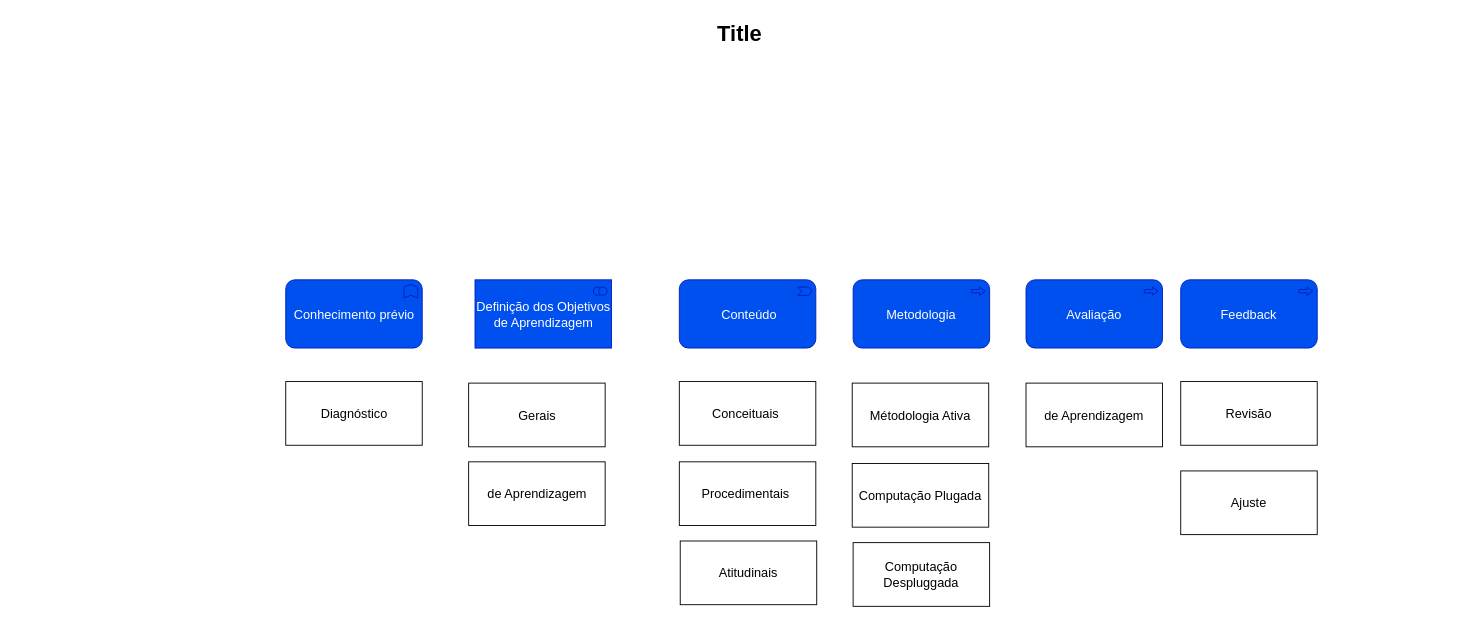
The draw.io diagram Plano 1.drawio in RosianeSangali/RosianeSangali, before the edit. Source tidied: cells renumbered, new cells numbered last; positions are measured from the earlier drawing's top-left corner, leaving out a move shared by most shapes. Both pictures are drawn from the tidied source at 91%, with x=0, y=0 at pixel (15, 15).
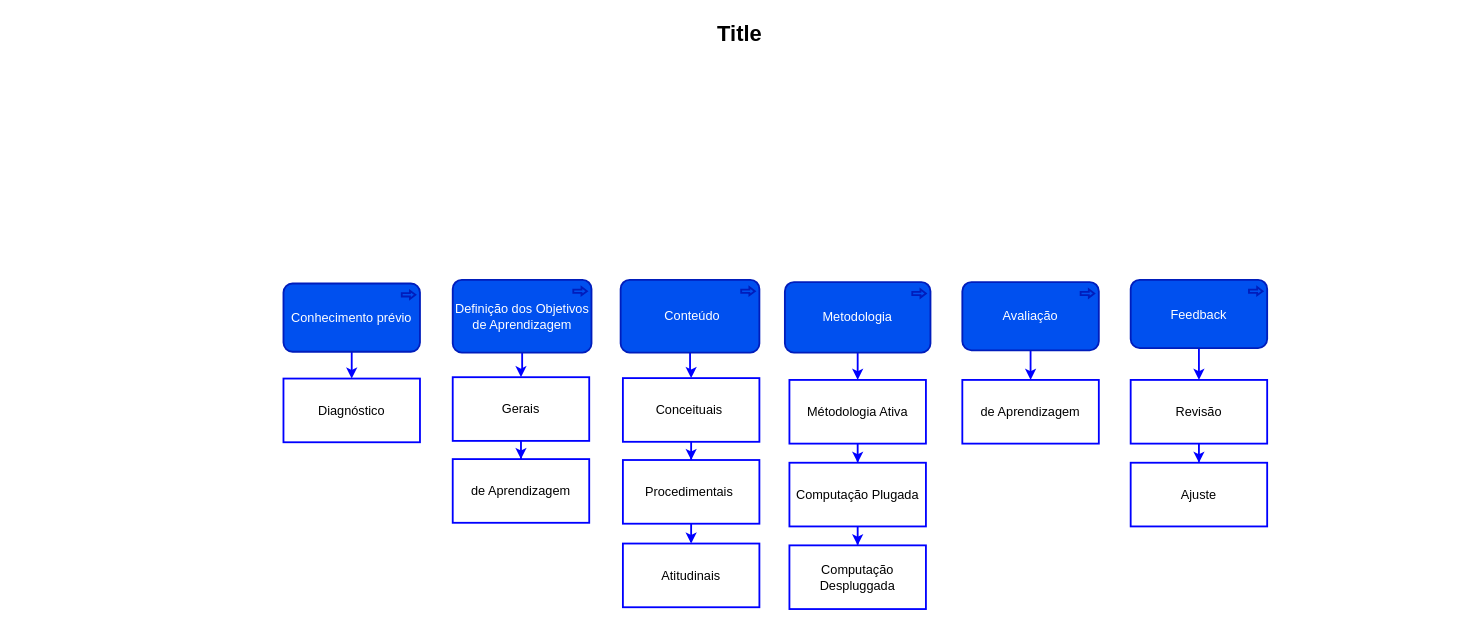
Above is the later version.

What changed in the source:
```diff
@@
-    <mxCell id="2" value="Conhecimento prévio" style="html=1;whiteSpace=wrap;fillColor=#0050ef;shape=mxgraph.archimate3.application;appType=func;archiType=rounded;fontSize=14;strokeColor=#001DBC;fontColor=#ffffff;" parent="1" vertex="1">
-      <mxGeometry x="296.5" y="290" width="150" height="75" as="geometry" />
-    </mxCell>
-    <mxCell id="3" value="Definição dos Objetivos de Aprendizagem" style="html=1;whiteSpace=wrap;fillColor=#0050ef;shape=mxgraph.archimate3.application;appType=collab;archiType=square;fontSize=14;fontColor=#ffffff;strokeColor=#001DBC;" parent="1" vertex="1">
-      <mxGeometry x="504.5" y="290" width="150" height="75" as="geometry" />
-    </mxCell>
-    <mxCell id="4" value="&amp;nbsp;Conteúdo" style="html=1;whiteSpace=wrap;fillColor=#0050ef;shape=mxgraph.archimate3.application;appType=event;archiType=rounded;fontSize=14;fontColor=#ffffff;strokeColor=#001DBC;" parent="1" vertex="1">
-      <mxGeometry x="729" y="290" width="150" height="75" as="geometry" />
-    </mxCell>
+    <mxCell id="21" style="edgeStyle=orthogonalEdgeStyle;rounded=0;jettySize=auto;html=1;strokeWidth=2;strokeColor=#0000FF;" parent="1" edge="1" source="5" target="15">
+      <mxGeometry relative="1" as="geometry" />
+    </mxCell>
-    <mxCell id="5" value="&amp;nbsp;Metodologia&amp;nbsp;" style="html=1;whiteSpace=wrap;fillColor=#0050ef;shape=mxgraph.archimate3.application;appType=proc;archiType=rounded;fontSize=14;fontColor=#ffffff;strokeColor=#001DBC;" parent="1" vertex="1">
-      <mxGeometry x="920" y="290" width="150" height="75" as="geometry" />
+    <mxCell id="5" value="&amp;nbsp;Metodologia&amp;nbsp;" style="html=1;whiteSpace=wrap;fillColor=#0050ef;shape=mxgraph.archimate3.application;appType=proc;archiType=rounded;fontSize=14;fontColor=#ffffff;strokeColor=#001DBC;strokeWidth=2;" parent="1" vertex="1">
+      <mxGeometry x="845" y="292.5" width="160" height="77.5" as="geometry" />
     </mxCell>
@@
+    <mxCell id="22" style="edgeStyle=orthogonalEdgeStyle;rounded=0;jettySize=auto;html=1;strokeWidth=2;strokeColor=#0000FF;" parent="1" edge="1" source="7" target="16">
+      <mxGeometry relative="1" as="geometry" />
+    </mxCell>
-    <mxCell id="7" value="Avaliação" style="html=1;whiteSpace=wrap;fillColor=#0050ef;shape=mxgraph.archimate3.application;appType=proc;archiType=rounded;fontSize=14;fontColor=#ffffff;strokeColor=#001DBC;" parent="1" vertex="1">
-      <mxGeometry x="1110" y="290" width="150" height="75" as="geometry" />
+    <mxCell id="7" value="Avaliação" style="html=1;whiteSpace=wrap;fillColor=#0050ef;shape=mxgraph.archimate3.application;appType=proc;archiType=rounded;fontSize=14;fontColor=#ffffff;strokeColor=#001DBC;strokeWidth=2;" parent="1" vertex="1">
+      <mxGeometry x="1040" y="292.5" width="150" height="75" as="geometry" />
     </mxCell>
+    <mxCell id="23" style="edgeStyle=orthogonalEdgeStyle;rounded=0;jettySize=auto;html=1;strokeWidth=2;strokeColor=#0000FF;" parent="1" edge="1" source="8" target="19">
+      <mxGeometry relative="1" as="geometry" />
+    </mxCell>
-    <mxCell id="8" value="Feedback" style="html=1;whiteSpace=wrap;fillColor=#0050ef;shape=mxgraph.archimate3.application;appType=proc;archiType=rounded;fontSize=14;fontColor=#ffffff;strokeColor=#001DBC;" parent="1" vertex="1">
-      <mxGeometry x="1280" y="290" width="150" height="75" as="geometry" />
+    <mxCell id="8" value="Feedback" style="html=1;whiteSpace=wrap;fillColor=#0050ef;shape=mxgraph.archimate3.application;appType=proc;archiType=rounded;fontSize=14;fontColor=#ffffff;strokeColor=#001DBC;strokeWidth=2;" parent="1" vertex="1">
+      <mxGeometry x="1225" y="290" width="150" height="75" as="geometry" />
     </mxCell>
-    <mxCell id="9" value="&lt;span style=&quot;font-size: 14px;&quot;&gt;de Aprendizagem&lt;/span&gt;" style="rounded=0;whiteSpace=wrap;html=1;" parent="1" vertex="1">
-      <mxGeometry x="497.5" y="490" width="150" height="70" as="geometry" />
+    <mxCell id="9" value="&lt;span style=&quot;font-size: 14px;&quot;&gt;de Aprendizagem&lt;/span&gt;" style="rounded=0;whiteSpace=wrap;html=1;strokeWidth=2;strokeColor=#0000FF;" parent="1" vertex="1">
+      <mxGeometry x="480" y="487" width="150" height="70" as="geometry" />
     </mxCell>
-    <mxCell id="10" value="&lt;span style=&quot;font-size: 14px;&quot;&gt;Atitudinais&lt;/span&gt;" style="rounded=0;whiteSpace=wrap;html=1;" parent="1" vertex="1">
-      <mxGeometry x="730" y="577" width="150" height="70" as="geometry" />
+    <mxCell id="10" value="&lt;span style=&quot;font-size: 14px;&quot;&gt;Atitudinais&lt;/span&gt;" style="rounded=0;whiteSpace=wrap;html=1;strokeWidth=2;strokeColor=#0000FF;" parent="1" vertex="1">
+      <mxGeometry x="667" y="579.8" width="150" height="70" as="geometry" />
     </mxCell>
+    <mxCell id="24" style="edgeStyle=orthogonalEdgeStyle;rounded=0;jettySize=auto;html=1;strokeWidth=2;strokeColor=#0000FF;" parent="1" edge="1" source="11" target="10">
+      <mxGeometry relative="1" as="geometry" />
+    </mxCell>
-    <mxCell id="11" value="&lt;span style=&quot;font-size: 14px;&quot;&gt;Procedimentais&amp;nbsp;&lt;/span&gt;" style="rounded=0;whiteSpace=wrap;html=1;" parent="1" vertex="1">
-      <mxGeometry x="729" y="490" width="150" height="70" as="geometry" />
+    <mxCell id="11" value="&lt;span style=&quot;font-size: 14px;&quot;&gt;Procedimentais&amp;nbsp;&lt;/span&gt;" style="rounded=0;whiteSpace=wrap;html=1;strokeWidth=2;strokeColor=#0000FF;" parent="1" vertex="1">
+      <mxGeometry x="667" y="488" width="150" height="70" as="geometry" />
     </mxCell>
+    <mxCell id="25" style="edgeStyle=orthogonalEdgeStyle;rounded=0;jettySize=auto;html=1;strokeWidth=2;strokeColor=#0000FF;" parent="1" edge="1" source="12" target="11">
+      <mxGeometry relative="1" as="geometry" />
+    </mxCell>
-    <mxCell id="12" value="&lt;span style=&quot;font-size: 14px;&quot;&gt;Conceituais&amp;nbsp;&lt;/span&gt;" style="rounded=0;whiteSpace=wrap;html=1;" parent="1" vertex="1">
-      <mxGeometry x="729" y="401.8" width="150" height="70" as="geometry" />
+    <mxCell id="12" value="&lt;span style=&quot;font-size: 14px;&quot;&gt;Conceituais&amp;nbsp;&lt;/span&gt;" style="rounded=0;whiteSpace=wrap;html=1;strokeWidth=2;strokeColor=#0000FF;" parent="1" vertex="1">
+      <mxGeometry x="667" y="398" width="150" height="70" as="geometry" />
     </mxCell>
-    <mxCell id="13" value="&lt;span style=&quot;font-size: 14px;&quot;&gt;Computação Despluggada&lt;/span&gt;" style="rounded=0;whiteSpace=wrap;html=1;" parent="1" vertex="1">
-      <mxGeometry x="920" y="578.8" width="150" height="70" as="geometry" />
+    <mxCell id="13" value="&lt;span style=&quot;font-size: 14px;&quot;&gt;Computação Despluggada&lt;/span&gt;" style="rounded=0;whiteSpace=wrap;html=1;strokeWidth=2;strokeColor=#0000FF;" parent="1" vertex="1">
+      <mxGeometry x="850" y="581.8" width="150" height="70" as="geometry" />
     </mxCell>
+    <mxCell id="26" style="edgeStyle=orthogonalEdgeStyle;rounded=0;jettySize=auto;html=1;strokeWidth=2;strokeColor=#0000FF;" parent="1" edge="1" source="14" target="13">
+      <mxGeometry relative="1" as="geometry" />
+    </mxCell>
-    <mxCell id="14" value="&lt;span style=&quot;font-size: 14px;&quot;&gt;Computação Plugada&lt;/span&gt;" style="rounded=0;whiteSpace=wrap;html=1;" parent="1" vertex="1">
-      <mxGeometry x="919" y="491.8" width="150" height="70" as="geometry" />
+    <mxCell id="14" value="&lt;span style=&quot;font-size: 14px;&quot;&gt;Computação Plugada&lt;/span&gt;" style="rounded=0;whiteSpace=wrap;html=1;strokeWidth=2;strokeColor=#0000FF;" parent="1" vertex="1">
+      <mxGeometry x="850" y="491" width="150" height="70" as="geometry" />
     </mxCell>
+    <mxCell id="27" style="edgeStyle=orthogonalEdgeStyle;rounded=0;jettySize=auto;html=1;strokeWidth=2;strokeColor=#0000FF;" parent="1" edge="1" source="15" target="14">
+      <mxGeometry relative="1" as="geometry" />
+    </mxCell>
-    <mxCell id="15" value="&lt;span style=&quot;font-size: 14px;&quot;&gt;Métodologia Ativa&lt;/span&gt;" style="rounded=0;whiteSpace=wrap;html=1;" parent="1" vertex="1">
-      <mxGeometry x="919" y="403.5" width="150" height="70" as="geometry" />
+    <mxCell id="15" value="&lt;span style=&quot;font-size: 14px;&quot;&gt;Métodologia Ativa&lt;/span&gt;" style="rounded=0;whiteSpace=wrap;html=1;strokeWidth=2;strokeColor=#0000FF;" parent="1" vertex="1">
+      <mxGeometry x="850" y="400" width="150" height="70" as="geometry" />
     </mxCell>
-    <mxCell id="16" value="&lt;span style=&quot;font-size: 14px;&quot;&gt;de Aprendizagem&lt;/span&gt;" style="rounded=0;whiteSpace=wrap;html=1;" parent="1" vertex="1">
-      <mxGeometry x="1110" y="403.5" width="150" height="70" as="geometry" />
+    <mxCell id="16" value="&lt;span style=&quot;font-size: 14px;&quot;&gt;de Aprendizagem&lt;/span&gt;" style="rounded=0;whiteSpace=wrap;html=1;strokeWidth=2;strokeColor=#0000FF;" parent="1" vertex="1">
+      <mxGeometry x="1040" y="400" width="150" height="70" as="geometry" />
     </mxCell>
+    <mxCell id="28" style="edgeStyle=orthogonalEdgeStyle;rounded=0;jettySize=auto;html=1;strokeWidth=2;strokeColor=#0000FF;" parent="1" edge="1" source="17" target="9">
+      <mxGeometry relative="1" as="geometry" />
+    </mxCell>
-    <mxCell id="17" value="&lt;span style=&quot;font-size: 14px;&quot;&gt;Gerais&lt;/span&gt;" style="rounded=0;whiteSpace=wrap;html=1;" parent="1" vertex="1">
-      <mxGeometry x="497.5" y="403.5" width="150" height="70" as="geometry" />
+    <mxCell id="17" value="&lt;span style=&quot;font-size: 14px;&quot;&gt;Gerais&lt;/span&gt;" style="rounded=0;whiteSpace=wrap;html=1;strokeWidth=2;strokeColor=#0000FF;" parent="1" vertex="1">
+      <mxGeometry x="480" y="397" width="150" height="70" as="geometry" />
     </mxCell>
-    <mxCell id="18" value="&lt;span style=&quot;font-size: 14px;&quot;&gt;Diagnóstico&lt;/span&gt;" style="rounded=0;whiteSpace=wrap;html=1;" parent="1" vertex="1">
-      <mxGeometry x="296.5" y="401.8" width="150" height="70" as="geometry" />
+    <mxCell id="18" value="&lt;span style=&quot;font-size: 14px;&quot;&gt;Diagnóstico&lt;/span&gt;" style="rounded=0;whiteSpace=wrap;html=1;strokeWidth=2;strokeColor=#0000FF;" parent="1" vertex="1">
+      <mxGeometry x="294" y="398.5" width="150" height="70" as="geometry" />
     </mxCell>
+    <mxCell id="29" style="edgeStyle=orthogonalEdgeStyle;rounded=0;jettySize=auto;html=1;strokeWidth=2;strokeColor=#0000FF;" parent="1" edge="1" source="19" target="20">
+      <mxGeometry relative="1" as="geometry" />
+    </mxCell>
-    <mxCell id="19" value="&lt;span style=&quot;font-size: 14px;&quot;&gt;Revisão&lt;/span&gt;" style="rounded=0;whiteSpace=wrap;html=1;" parent="1" vertex="1">
-      <mxGeometry x="1280" y="401.8" width="150" height="70" as="geometry" />
+    <mxCell id="19" value="&lt;span style=&quot;font-size: 14px;&quot;&gt;Revisão&lt;/span&gt;" style="rounded=0;whiteSpace=wrap;html=1;strokeWidth=2;strokeColor=#0000FF;" parent="1" vertex="1">
+      <mxGeometry x="1225" y="400" width="150" height="70" as="geometry" />
     </mxCell>
-    <mxCell id="20" value="&lt;span style=&quot;font-size: 14px;&quot;&gt;Ajuste&lt;/span&gt;" style="rounded=0;whiteSpace=wrap;html=1;" parent="1" vertex="1">
-      <mxGeometry x="1280" y="500" width="150" height="70" as="geometry" />
+    <mxCell id="20" value="&lt;span style=&quot;font-size: 14px;&quot;&gt;Ajuste&lt;/span&gt;" style="rounded=0;whiteSpace=wrap;html=1;strokeWidth=2;strokeColor=#0000FF;" parent="1" vertex="1">
+      <mxGeometry x="1225" y="491" width="150" height="70" as="geometry" />
     </mxCell>
+    <mxCell id="30" style="edgeStyle=orthogonalEdgeStyle;rounded=0;jettySize=auto;html=1;strokeWidth=2;strokeColor=#0000FF;" parent="1" edge="1" source="2" target="18">
+      <mxGeometry relative="1" as="geometry" />
+    </mxCell>
+    <mxCell id="2" value="Conhecimento prévio" style="html=1;whiteSpace=wrap;fillColor=#0050ef;shape=mxgraph.archimate3.application;appType=proc;archiType=rounded;fontSize=14;fontColor=#ffffff;strokeColor=#001DBC;strokeWidth=2;" parent="1" vertex="1">
+      <mxGeometry x="294" y="294" width="150" height="75" as="geometry" />
+    </mxCell>
+    <mxCell id="31" style="edgeStyle=orthogonalEdgeStyle;rounded=0;jettySize=auto;html=1;strokeWidth=2;strokeColor=#0000FF;" parent="1" edge="1" source="4" target="12">
+      <mxGeometry relative="1" as="geometry" />
+    </mxCell>
+    <mxCell id="4" value="&amp;nbsp;Conteúdo" style="html=1;whiteSpace=wrap;fillColor=#0050ef;shape=mxgraph.archimate3.application;appType=proc;archiType=rounded;fontSize=14;fontColor=#ffffff;strokeColor=#001DBC;strokeWidth=2;" parent="1" vertex="1">
+      <mxGeometry x="664.5" y="290" width="152.5" height="80" as="geometry" />
+    </mxCell>
+    <mxCell id="32" style="edgeStyle=orthogonalEdgeStyle;rounded=0;jettySize=auto;html=1;strokeWidth=2;strokeColor=#0000FF;" parent="1" edge="1" source="3" target="17">
+      <mxGeometry relative="1" as="geometry" />
+    </mxCell>
+    <mxCell id="3" value="Definição dos Objetivos de Aprendizagem" style="html=1;whiteSpace=wrap;fillColor=#0050ef;shape=mxgraph.archimate3.application;appType=proc;archiType=rounded;fontSize=14;fontColor=#ffffff;strokeColor=#001DBC;strokeWidth=2;" parent="1" vertex="1">
+      <mxGeometry x="480" y="290" width="152.5" height="80" as="geometry" />
+    </mxCell>
```
